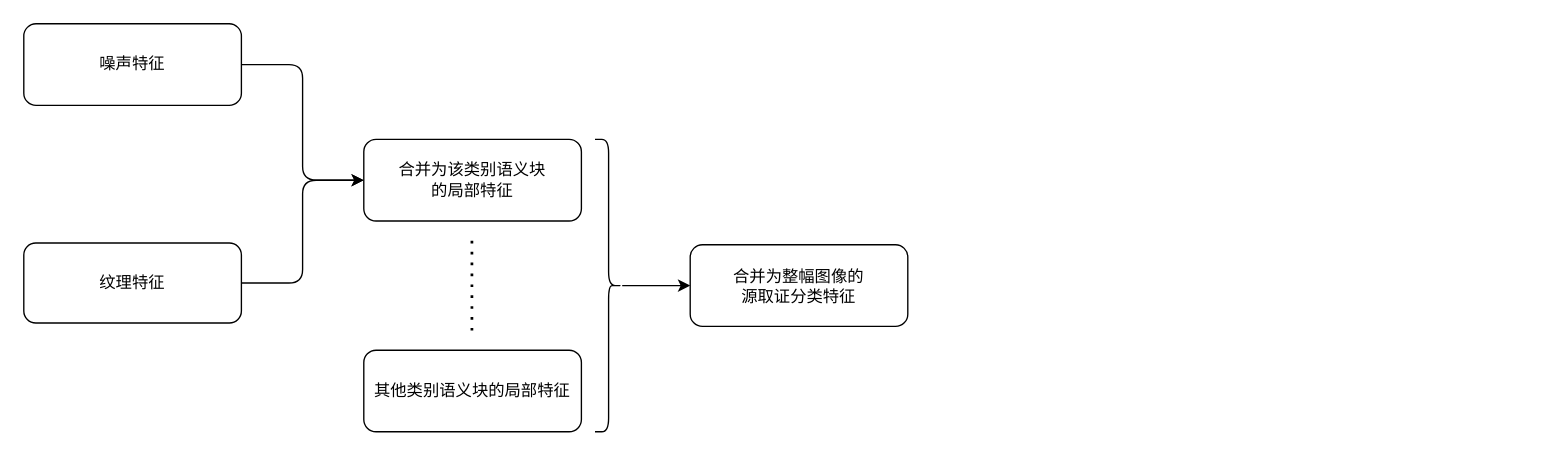
The draw.io diagram Pipeline_of_classification.drawio in ForsakenLi/draw.io, before the edit. Source tidied: cells renumbered, new cells numbered last; positions are measured from the earlier drawing's top-left corner, leaving out a move shared by most shapes. Both pictures are drawn from the tidied source at 136%, with x=0, y=0 at pixel (23, 23).
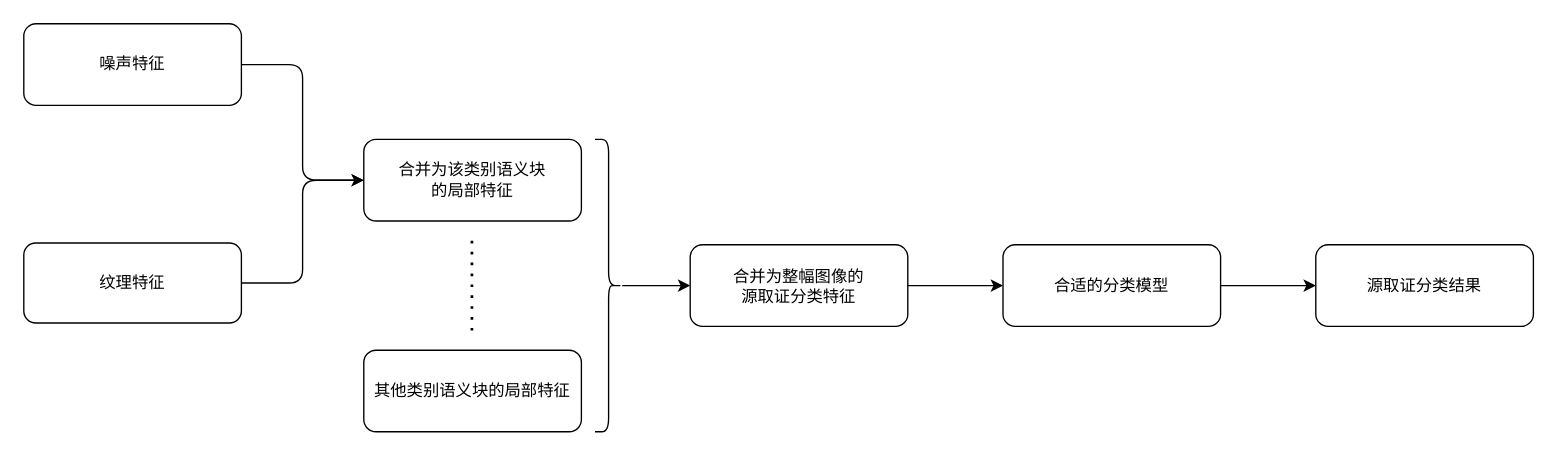
The same diagram, later.

Change to the diagram source:
```diff
@@
 <mxGraphModel>
   <root>
     <mxCell id="0" />
     <mxCell id="1" parent="0" />
     <mxCell id="2" style="edgeStyle=orthogonalEdgeStyle;rounded=1;jettySize=auto;html=1;entryX=0;entryY=0.5;entryDx=0;entryDy=0;" parent="1" edge="1" source="3" target="6">
       <mxGeometry relative="1" as="geometry" />
     </mxCell>
     <mxCell id="3" value="噪声特征" style="rounded=1;whiteSpace=wrap;html=1;" parent="1" vertex="1">
       <mxGeometry width="160" height="60" as="geometry" />
     </mxCell>
     <mxCell id="4" style="edgeStyle=orthogonalEdgeStyle;rounded=1;jettySize=auto;html=1;entryX=0;entryY=0.5;entryDx=0;entryDy=0;" parent="1" edge="1" source="5" target="6">
       <mxGeometry relative="1" as="geometry" />
     </mxCell>
     <mxCell id="5" value="纹理特征" style="rounded=1;whiteSpace=wrap;html=1;" parent="1" vertex="1">
       <mxGeometry y="161.2" width="160" height="58.8" as="geometry" />
     </mxCell>
     <mxCell id="6" value="合并为该类别语义块&lt;br&gt;的局部特征" style="rounded=1;whiteSpace=wrap;html=1;" parent="1" vertex="1">
       <mxGeometry x="250" y="85" width="160" height="60" as="geometry" />
     </mxCell>
     <mxCell id="7" value="其他类别语义块的局部特征" style="rounded=1;whiteSpace=wrap;html=1;" parent="1" vertex="1">
       <mxGeometry x="250" y="240" width="160" height="60" as="geometry" />
     </mxCell>
     <mxCell id="8" style="endArrow=none;dashed=1;html=1;dashPattern=1 3;strokeWidth=2;rounded=0;" parent="1" edge="1">
       <mxGeometry relative="1" as="geometry">
         <mxPoint x="329.5" y="225.6" as="sourcePoint" />
         <mxPoint x="329.5" y="155.6" as="targetPoint" />
       </mxGeometry>
     </mxCell>
     <mxCell id="9" style="edgeStyle=orthogonalEdgeStyle;rounded=0;jettySize=auto;html=1;" parent="1" edge="1" source="10" target="11">
       <mxGeometry relative="1" as="geometry" />
     </mxCell>
     <mxCell id="10" style="shape=curlyBracket;whiteSpace=wrap;html=1;rounded=1;flipH=1;labelPosition=right;verticalLabelPosition=middle;align=left;verticalAlign=middle;" parent="1" vertex="1">
       <mxGeometry x="420" y="85" width="20" height="215" as="geometry" />
     </mxCell>
+    <mxCell id="12" style="edgeStyle=orthogonalEdgeStyle;rounded=1;jettySize=auto;html=1;" parent="1" edge="1" source="11" target="14">
+      <mxGeometry relative="1" as="geometry" />
+    </mxCell>
     <mxCell id="11" value="合并为整幅图像的&lt;br&gt;源取证分类特征" style="rounded=1;whiteSpace=wrap;html=1;" parent="1" vertex="1">
       <mxGeometry x="490" y="162.5" width="160" height="60" as="geometry" />
     </mxCell>
+    <mxCell id="13" style="edgeStyle=orthogonalEdgeStyle;rounded=1;jettySize=auto;html=1;" parent="1" edge="1" source="14" target="15">
+      <mxGeometry relative="1" as="geometry" />
+    </mxCell>
+    <mxCell id="14" value="合适的分类模型" style="rounded=1;whiteSpace=wrap;html=1;" parent="1" vertex="1">
+      <mxGeometry x="720" y="162.5" width="160" height="60" as="geometry" />
+    </mxCell>
+    <mxCell id="15" value="源取证分类结果" style="rounded=1;whiteSpace=wrap;html=1;" parent="1" vertex="1">
+      <mxGeometry x="950" y="162.5" width="160" height="60" as="geometry" />
+    </mxCell>
   </root>
 </mxGraphModel>
```
